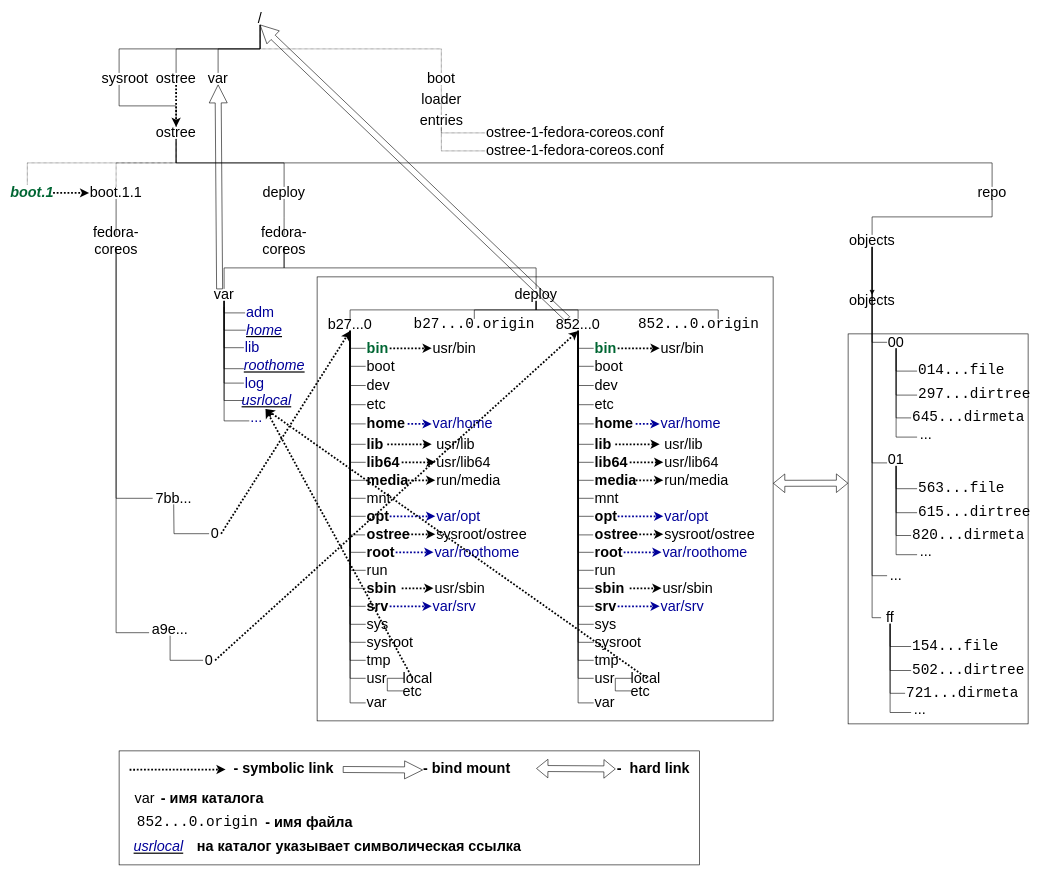
This is Fedora-CoreOs/ostree/Images/stateroot.drawio from kafnevod/ALT-CoreOs, a draw.io file, before an edit. Source tidied: cells renumbered, new cells numbered last; positions are measured from the earlier drawing's top-left corner, leaving out a move shared by most shapes. Both pictures are drawn from the tidied source at 60%, with x=0, y=0 at pixel (11, 13).
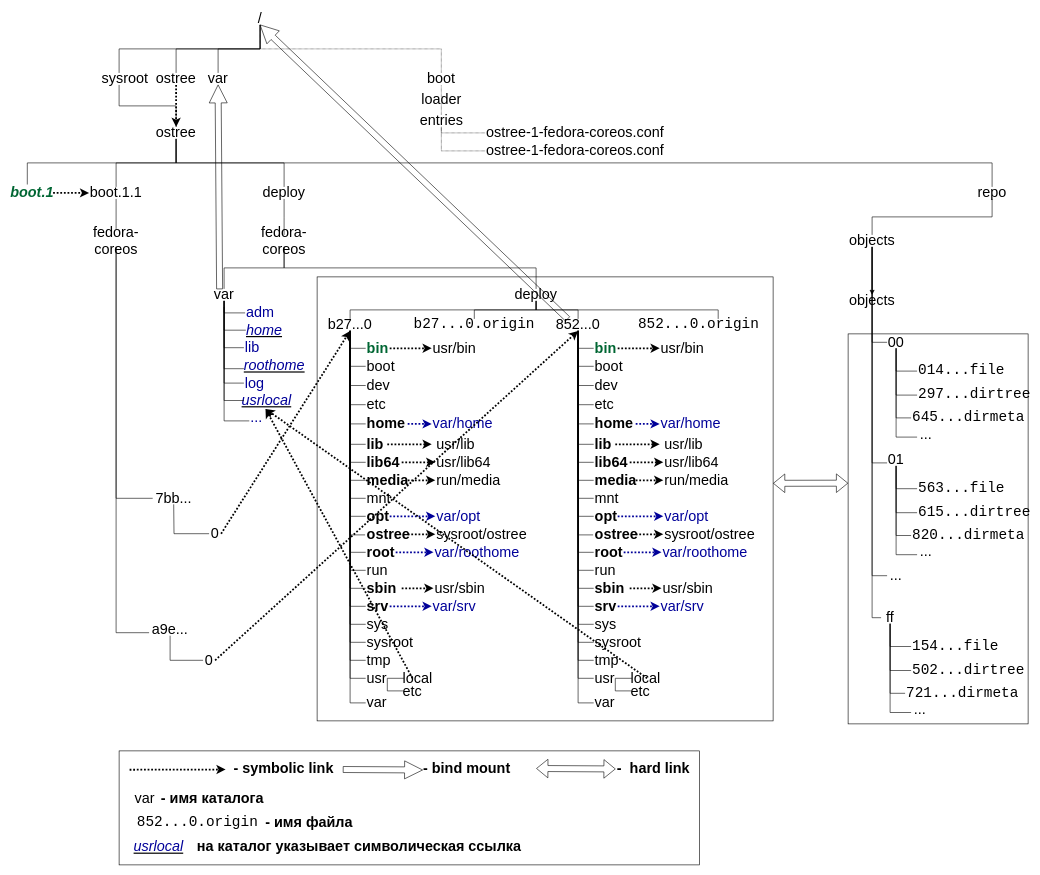
The same page after the edit.

The change refers to these unchanged cells:
```xml
<mxCell id="3" value="&lt;font style=&quot;font-size: 24px&quot;&gt;ostree&lt;/font&gt;" style="text;html=1;strokeColor=none;fillColor=none;align=center;verticalAlign=middle;whiteSpace=wrap;rounded=0;" parent="1" vertex="1">
  <mxGeometry x="240" y="190" width="70" height="20" as="geometry" />
</mxCell>
<mxCell id="239" value="&lt;font style=&quot;font-size: 24px&quot;&gt;boot.1.1&lt;/font&gt;" style="text;html=1;strokeColor=none;fillColor=none;align=center;verticalAlign=middle;whiteSpace=wrap;rounded=0;" parent="1" vertex="1">
  <mxGeometry x="130" y="290" width="90" height="20" as="geometry" />
</mxCell>
<mxCell id="240" value="&lt;font style=&quot;font-size: 24px&quot; color=&quot;#006633&quot;&gt;&lt;i&gt;&lt;b&gt;boot.1&lt;/b&gt;&lt;/i&gt;&lt;/font&gt;" style="text;html=1;strokeColor=none;fillColor=none;align=center;verticalAlign=middle;whiteSpace=wrap;rounded=0;" parent="1" vertex="1">
  <mxGeometry y="290" width="70" height="20" as="geometry" />
</mxCell>
<mxCell id="242" value="&lt;font style=&quot;font-size: 24px&quot;&gt;fedora-coreos&lt;/font&gt;" style="text;html=1;strokeColor=none;fillColor=none;align=center;verticalAlign=middle;whiteSpace=wrap;rounded=0;" parent="1" vertex="1">
  <mxGeometry x="140" y="370" width="70" height="20" as="geometry" />
</mxCell>
```

Diff of the diagram source:
```diff
@@
-    <mxCell id="243" style="endArrow=none;html=1;shadow=0;strokeWidth=1;entryX=0.5;entryY=1;entryDx=0;entryDy=0;" parent="1" edge="1" source="242" target="239">
-      <mxGeometry relative="1" as="geometry" />
+    <mxCell id="243" style="endArrow=none;html=1;shadow=0;strokeWidth=1;entryX=0.5;entryY=1;entryDx=0;entryDy=0;" parent="1" edge="1" target="239">
+      <mxGeometry relative="1" as="geometry">
+        <mxPoint x="175" y="360" as="sourcePoint" />
+      </mxGeometry>
     </mxCell>
@@
-    <mxCell id="249" style="endArrow=none;html=1;dashed=1;dashPattern=1 1;entryX=0.5;entryY=1;entryDx=0;entryDy=0;exitX=0.386;exitY=-0.2;exitDx=0;exitDy=0;exitPerimeter=0;rounded=0;edgeStyle=orthogonalEdgeStyle;" parent="1" edge="1" source="240" target="3">
+    <mxCell id="249" style="endArrow=none;html=1;entryX=0.5;entryY=1;entryDx=0;entryDy=0;exitX=0.386;exitY=-0.2;exitDx=0;exitDy=0;exitPerimeter=0;rounded=0;edgeStyle=orthogonalEdgeStyle;" parent="1" edge="1" source="240" target="3">
       <mxGeometry relative="1" as="geometry">
         <Array as="points">
           <mxPoint x="27" y="250" />
           <mxPoint x="275" y="250" />
         </Array>
       </mxGeometry>
     </mxCell>
-    <mxCell id="250" style="endArrow=none;html=1;dashed=1;dashPattern=1 1;entryX=0.5;entryY=1;entryDx=0;entryDy=0;exitX=0.5;exitY=0;exitDx=0;exitDy=0;rounded=0;edgeStyle=orthogonalEdgeStyle;" parent="1" edge="1" source="239" target="3">
+    <mxCell id="250" style="endArrow=none;html=1;entryX=0.5;entryY=1;entryDx=0;entryDy=0;exitX=0.5;exitY=0;exitDx=0;exitDy=0;rounded=0;edgeStyle=orthogonalEdgeStyle;" parent="1" edge="1" source="239" target="3">
       <mxGeometry relative="1" as="geometry" />
     </mxCell>
```
